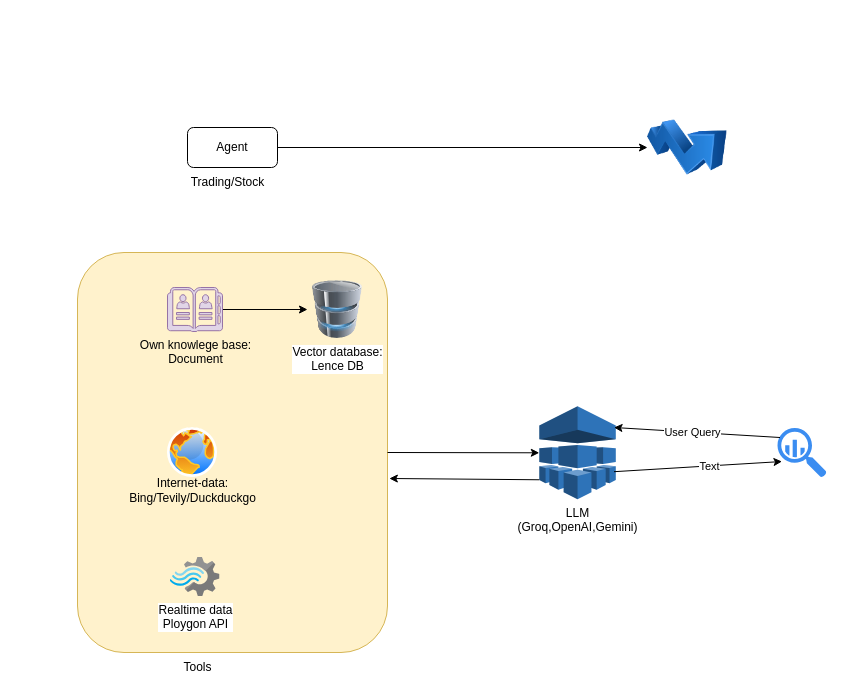
The draw.io diagram project_flow.drawio in praveenkumarsrivas/agentic-trading-ai-bot, before the edit. Source tidied: cells renumbered, new cells numbered last; positions are measured from the earlier drawing's top-left corner, leaving out a move shared by most shapes. Both pictures are drawn from the tidied source at 100%, with x=0, y=0 at pixel (77, 107).
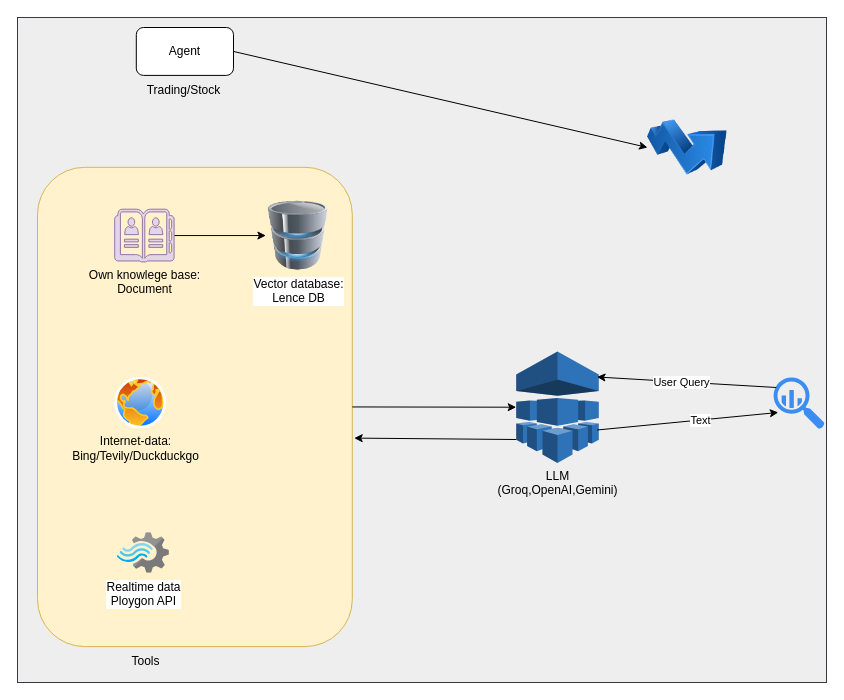
The same page after the edit.

Diff of the diagram source:
```diff
@@
+    <mxCell id="23" style="group;fillColor=#eeeeee;strokeColor=#36393d;" parent="1" vertex="1">
+      <mxGeometry x="-60" y="-90" width="809" height="665" as="geometry" />
+    </mxCell>
-    <mxCell id="2" style="rounded=1;whiteSpace=wrap;html=1;fillColor=#fff2cc;strokeColor=#d6b656;" parent="1" vertex="1">
-      <mxGeometry y="145" width="310" height="400" as="geometry" />
+    <mxCell id="2" style="rounded=1;whiteSpace=wrap;html=1;fillColor=#fff2cc;strokeColor=#d6b656;" parent="23" vertex="1">
+      <mxGeometry x="20" y="149.8" width="314.8" height="479.3" as="geometry" />
     </mxCell>
-    <mxCell id="3" style="edgeStyle=none;html=1;exitX=1;exitY=0.5;exitDx=0;exitDy=0;entryX=0;entryY=0.5;entryDx=0;entryDy=0;flowAnimation=1;" parent="1" edge="1" source="4" target="5">
+    <mxCell id="3" style="edgeStyle=none;html=1;exitX=1;exitY=0.5;exitDx=0;exitDy=0;entryX=0;entryY=0.5;entryDx=0;entryDy=0;flowAnimation=1;" parent="23" edge="1" source="4" target="5">
       <mxGeometry relative="1" as="geometry" />
     </mxCell>
-    <mxCell id="4" value="Agent" style="rounded=1;whiteSpace=wrap;html=1;" parent="1" vertex="1">
-      <mxGeometry x="110" y="20" width="90" height="40" as="geometry" />
+    <mxCell id="4" value="Agent" style="rounded=1;whiteSpace=wrap;html=1;" parent="23" vertex="1">
+      <mxGeometry x="118.8" y="10" width="97.2" height="47.9" as="geometry" />
     </mxCell>
-    <mxCell id="5" style="image;html=1;image=img/lib/clip_art/finance/Stock_Up_128x128.png;" parent="1" vertex="1">
-      <mxGeometry x="570" width="80" height="80" as="geometry" />
-    </mxCell>
-    <mxCell id="6" value="Trading/Stock" style="text;html=1;align=center;verticalAlign=middle;strokeColor=none;fillColor=none;" parent="1" vertex="1">
-      <mxGeometry x="100" y="60" width="100" height="30" as="geometry" />
+    <mxCell id="6" value="Trading/Stock" style="text;html=1;align=center;verticalAlign=middle;strokeColor=none;fillColor=none;" parent="23" vertex="1">
+      <mxGeometry x="115.5" y="57.9" width="100" height="30" as="geometry" />
     </mxCell>
-    <mxCell id="7" style="edgeStyle=none;html=1;flowAnimation=1;" parent="1" edge="1" source="8" target="12">
+    <mxCell id="7" style="edgeStyle=none;html=1;flowAnimation=1;" parent="23" edge="1" source="8" target="12">
       <mxGeometry relative="1" as="geometry" />
     </mxCell>
-    <mxCell id="8" value="Own knowlege base:&lt;div&gt;Document&lt;/div&gt;" style="sketch=0;shadow=0;dashed=0;html=1;strokeColor=#9673a6;fillColor=#e1d5e7;labelPosition=center;verticalLabelPosition=bottom;verticalAlign=top;outlineConnect=0;align=center;shape=mxgraph.office.concepts.address_book;" parent="1" vertex="1">
-      <mxGeometry x="90" y="180" width="55" height="44" as="geometry" />
+    <mxCell id="8" value="Own knowlege base:&lt;div&gt;Document&lt;/div&gt;" style="sketch=0;shadow=0;dashed=0;html=1;strokeColor=#9673a6;fillColor=#e1d5e7;labelPosition=center;verticalLabelPosition=bottom;verticalAlign=top;outlineConnect=0;align=center;shape=mxgraph.office.concepts.address_book;" parent="23" vertex="1">
+      <mxGeometry x="97.2" y="191.7" width="59.4" height="52.7" as="geometry" />
     </mxCell>
-    <mxCell id="9" style="image;perimeter=ellipsePerimeter;html=1;align=center;shadow=0;dashed=0;spacingTop=3;image=img/lib/active_directory/internet_globe.svg;" parent="1" vertex="1">
-      <mxGeometry x="90" y="320" width="50" height="50" as="geometry" />
+    <mxCell id="9" style="image;perimeter=ellipsePerimeter;html=1;align=center;shadow=0;dashed=0;spacingTop=3;image=img/lib/active_directory/internet_globe.svg;" parent="23" vertex="1">
+      <mxGeometry x="97.2" y="359.5" width="52" height="52" as="geometry" />
     </mxCell>
-    <mxCell id="10" value="Realtime data&lt;div&gt;Ploygon API&lt;/div&gt;" style="image;sketch=0;html=1;align=center;fontSize=12;image=img/lib/mscae/Stream_Analytics.svg;" parent="1" vertex="1">
-      <mxGeometry x="92.5" y="450" width="50" height="39" as="geometry" />
+    <mxCell id="10" value="Realtime data&lt;div&gt;Ploygon API&lt;/div&gt;" style="image;sketch=0;html=1;align=center;fontSize=12;image=img/lib/mscae/Stream_Analytics.svg;" parent="23" vertex="1">
+      <mxGeometry x="99.9" y="515.2" width="52" height="40.6" as="geometry" />
     </mxCell>
-    <mxCell id="11" value="&lt;div&gt;Internet-data:&lt;/div&gt;Bing/Tevily/Duckduckgo" style="text;html=1;align=center;verticalAlign=middle;strokeColor=none;fillColor=none;" parent="1" vertex="1">
-      <mxGeometry x="40" y="363" width="150" height="40" as="geometry" />
+    <mxCell id="11" value="&lt;div&gt;Internet-data:&lt;/div&gt;Bing/Tevily/Duckduckgo" style="text;html=1;align=center;verticalAlign=middle;strokeColor=none;fillColor=none;" parent="23" vertex="1">
+      <mxGeometry x="43.2" y="411" width="150" height="40" as="geometry" />
     </mxCell>
-    <mxCell id="12" value="Vector database:&lt;div&gt;Lence DB&lt;/div&gt;" style="image;html=1;image=img/lib/clip_art/computers/Database_128x128.png;" parent="1" vertex="1">
-      <mxGeometry x="230" y="173" width="60" height="58" as="geometry" />
+    <mxCell id="12" value="Vector database:&lt;div&gt;Lence DB&lt;/div&gt;" style="image;html=1;image=img/lib/clip_art/computers/Database_128x128.png;" parent="23" vertex="1">
+      <mxGeometry x="248.4" y="183.3" width="64.8" height="69.5" as="geometry" />
     </mxCell>
-    <mxCell id="13" value="Tools" style="text;html=1;align=center;verticalAlign=middle;strokeColor=none;fillColor=none;" parent="1" vertex="1">
-      <mxGeometry x="95" y="545" width="50" height="30" as="geometry" />
+    <mxCell id="13" value="Tools" style="text;html=1;align=center;verticalAlign=middle;strokeColor=none;fillColor=none;" parent="23" vertex="1">
+      <mxGeometry x="102.6" y="629.1" width="50" height="30" as="geometry" />
     </mxCell>
-    <mxCell id="14" value="LLM&lt;div&gt;(Groq,OpenAI,Gemini)&lt;/div&gt;" style="outlineConnect=0;dashed=0;verticalLabelPosition=bottom;verticalAlign=top;align=center;html=1;shape=mxgraph.aws3.machine_learning;fillColor=#2E73B8;gradientColor=none;" parent="1" vertex="1">
-      <mxGeometry x="461.8" y="298.8" width="76.5" height="93" as="geometry" />
+    <mxCell id="14" value="LLM&lt;div&gt;(Groq,OpenAI,Gemini)&lt;/div&gt;" style="outlineConnect=0;dashed=0;verticalLabelPosition=bottom;verticalAlign=top;align=center;html=1;shape=mxgraph.aws3.machine_learning;fillColor=#2E73B8;gradientColor=none;" parent="23" vertex="1">
+      <mxGeometry x="498.7" y="334" width="82.6" height="111.4" as="geometry" />
     </mxCell>
-    <mxCell id="15" style="edgeStyle=none;html=1;exitX=1;exitY=0.5;exitDx=0;exitDy=0;entryX=0;entryY=0.5;entryDx=0;entryDy=0;entryPerimeter=0;flowAnimation=1;" parent="1" edge="1" source="2" target="14">
+    <mxCell id="15" style="edgeStyle=none;html=1;exitX=1;exitY=0.5;exitDx=0;exitDy=0;entryX=0;entryY=0.5;entryDx=0;entryDy=0;entryPerimeter=0;flowAnimation=1;" parent="23" edge="1" source="2" target="14">
       <mxGeometry relative="1" as="geometry" />
     </mxCell>
-    <mxCell id="16" style="edgeStyle=none;html=1;exitX=0;exitY=0.79;exitDx=0;exitDy=0;exitPerimeter=0;entryX=1.006;entryY=0.565;entryDx=0;entryDy=0;entryPerimeter=0;flowAnimation=1;" parent="1" edge="1" source="14" target="2">
+    <mxCell id="16" style="edgeStyle=none;html=1;exitX=0;exitY=0.79;exitDx=0;exitDy=0;exitPerimeter=0;entryX=1.006;entryY=0.565;entryDx=0;entryDy=0;entryPerimeter=0;flowAnimation=1;" parent="23" edge="1" source="14" target="2">
       <mxGeometry relative="1" as="geometry" />
     </mxCell>
-    <mxCell id="17" style="sketch=0;html=1;strokeColor=none;shadow=0;fillColor=#3B8DF1;verticalAlign=top;labelPosition=center;verticalLabelPosition=bottom;shape=mxgraph.gcp2.big_query;" parent="1" vertex="1">
-      <mxGeometry x="700" y="320.5" width="49" height="49.5" as="geometry" />
+    <mxCell id="17" style="sketch=0;html=1;strokeColor=none;shadow=0;fillColor=#3B8DF1;verticalAlign=top;labelPosition=center;verticalLabelPosition=bottom;shape=mxgraph.gcp2.big_query;" parent="23" vertex="1">
+      <mxGeometry x="756.1" y="360.1" width="51" height="51.5" as="geometry" />
     </mxCell>
-    <mxCell id="18" style="edgeStyle=none;html=1;exitX=1;exitY=0.5;exitDx=0;exitDy=0;exitPerimeter=0;entryX=0.092;entryY=0.677;entryDx=0;entryDy=0;entryPerimeter=0;flowAnimation=1;" parent="1" edge="1" target="17">
+    <mxCell id="18" style="edgeStyle=none;html=1;exitX=1;exitY=0.5;exitDx=0;exitDy=0;exitPerimeter=0;entryX=0.092;entryY=0.677;entryDx=0;entryDy=0;entryPerimeter=0;flowAnimation=1;" parent="23" edge="1" target="17">
       <mxGeometry relative="1" as="geometry">
-        <mxPoint x="536.5" y="364.2" as="sourcePoint" />
+        <mxPoint x="579.5" y="412.5" as="sourcePoint" />
       </mxGeometry>
     </mxCell>
@@
-    <mxCell id="20" style="edgeStyle=none;html=1;entryX=1;entryY=0.21;entryDx=0;entryDy=0;entryPerimeter=0;exitX=0.051;exitY=0.192;exitDx=0;exitDy=0;exitPerimeter=0;flowAnimation=1;" parent="1" edge="1" source="17">
+    <mxCell id="20" style="edgeStyle=none;html=1;entryX=1;entryY=0.21;entryDx=0;entryDy=0;entryPerimeter=0;exitX=0.051;exitY=0.192;exitDx=0;exitDy=0;exitPerimeter=0;flowAnimation=1;" parent="23" edge="1" source="17">
       <mxGeometry relative="1" as="geometry">
-        <mxPoint x="536.5" y="320" as="targetPoint" />
+        <mxPoint x="579.5" y="359.5" as="targetPoint" />
       </mxGeometry>
     </mxCell>
@@
-    <mxCell id="22" value="&lt;div&gt;&lt;br&gt;&lt;/div&gt;" style="text;html=1;align=center;verticalAlign=middle;strokeColor=none;fillColor=none;" parent="1" vertex="1">
-      <mxGeometry x="620" y="303.5" width="20" height="30" as="geometry" />
+    <mxCell id="22" value="&lt;div&gt;&lt;br&gt;&lt;/div&gt;" style="text;html=1;align=center;verticalAlign=middle;strokeColor=none;fillColor=none;" parent="23" vertex="1">
+      <mxGeometry x="669.7" y="339.7" width="20" height="30" as="geometry" />
     </mxCell>
+    <mxCell id="5" style="image;html=1;image=img/lib/clip_art/finance/Stock_Up_128x128.png;" parent="1" vertex="1">
+      <mxGeometry x="570" width="80" height="80" as="geometry" />
+    </mxCell>
```
